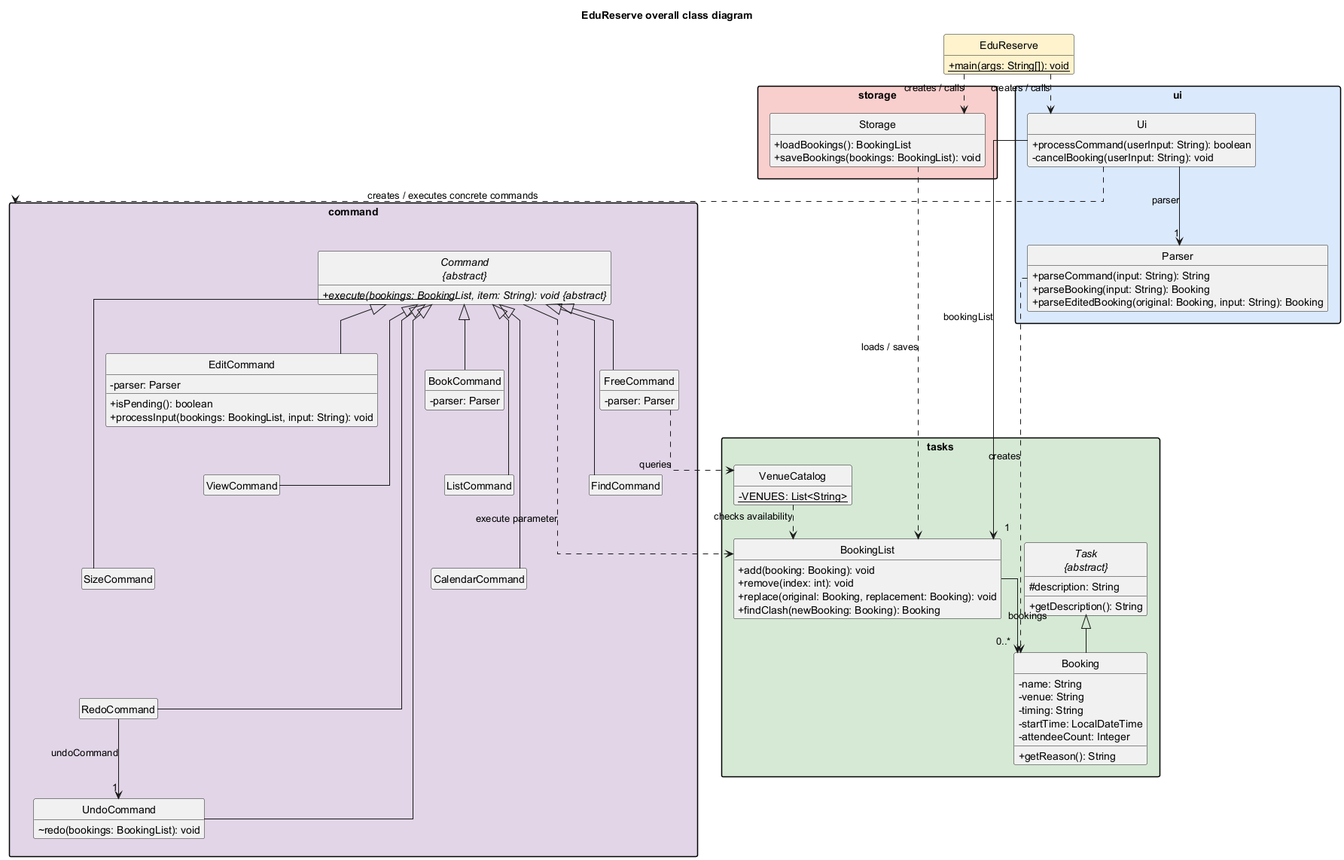
AY2627S1-CS2113-W14-2/tp keeps this PlantUML diagram as docs/UMLDiagrams/OverallClassDiagram.png. Above is the earlier version.
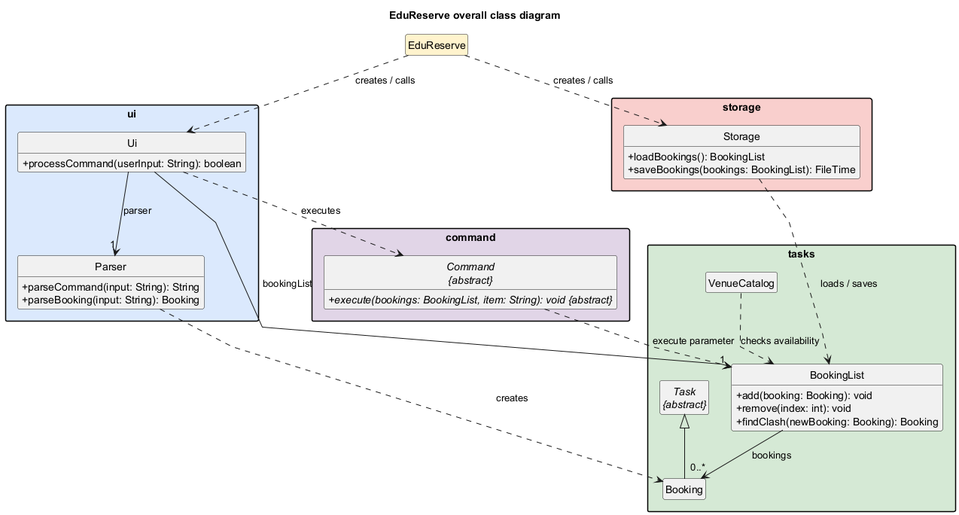
After the commit.

What changed in the source:
```diff
@@ -5,26 +5,22 @@
 skinparam shadowing false
 skinparam classAttributeIconSize 0
 skinparam packageStyle rectangle
-skinparam linetype ortho
+skinparam linetype polyline
 skinparam groupInheritance 2
 skinparam nodesep 30
 skinparam ranksep 45
 hide empty members
 hide circle
 
-class EduReserve #FFF2CC {
-  {static} +main(args: String[]): void
-}
+class EduReserve #FFF2CC
 
 package ui #DAE8FC {
   class Ui {
     +processCommand(userInput: String): boolean
-    -cancelBooking(userInput: String): void
   }
   class Parser {
     +parseCommand(input: String): String
     +parseBooking(input: String): Booking
-    +parseEditedBooking(original: Booking, input: String): Booking
   }
   Ui --> "1" Parser : parser
 }
@@ -32,7 +28,7 @@
 package storage #F8CECC {
   class Storage {
     +loadBookings(): BookingList
-    +saveBookings(bookings: BookingList): void
+    +saveBookings(bookings: BookingList): FileTime
   }
 }
 
@@ -40,24 +36,11 @@
   class BookingList {
     +add(booking: Booking): void
     +remove(index: int): void
-    +replace(original: Booking, replacement: Booking): void
     +findClash(newBooking: Booking): Booking
   }
-  abstract class "Task\n{abstract}" as Task {
-    #description: String
-    +getDescription(): String
-  }
-  class Booking {
-    -name: String
-    -venue: String
-    -timing: String
-    -startTime: LocalDateTime
-    -attendeeCount: Integer
-    +getReason(): String
-  }
-  class VenueCatalog {
-    {static} -VENUES: List<String>
-  }
+  abstract class "Task\n{abstract}" as Task
+  class Booking
+  class VenueCatalog
   BookingList --> "0..*" Booking : bookings
   Task <|-- Booking
   VenueCatalog ..> BookingList : checks availability
@@ -67,54 +50,16 @@
   abstract class "Command\n{abstract}" as Command {
     {abstract} +execute(bookings: BookingList, item: String): void <U+007B>abstract<U+007D>
   }
-  class BookCommand {
-    -parser: Parser
-  }
-  class EditCommand {
-    -parser: Parser
-    +isPending(): boolean
-    +processInput(bookings: BookingList, input: String): void
-  }
-  class FreeCommand {
-    -parser: Parser
-  }
-  class ListCommand
-  class ViewCommand
-  class FindCommand
-  class CalendarCommand
-  class SizeCommand
-  class UndoCommand {
-    ~redo(bookings: BookingList): void
-  }
-  class RedoCommand
-
-  Command <|-- BookCommand
-  Command <|-- EditCommand
-  Command <|-- FreeCommand
-  Command <|-- ListCommand
-  Command <|-- ViewCommand
-  Command <|-- FindCommand
-  Command <|-- CalendarCommand
-  Command <|-- SizeCommand
-  Command <|-- UndoCommand
-  Command <|-- RedoCommand
-  BookCommand -[hidden]down-> ListCommand
-  ListCommand -[hidden]down-> CalendarCommand
-  CalendarCommand -[hidden]down-> UndoCommand
-  EditCommand -[hidden]down-> ViewCommand
-  ViewCommand -[hidden]down-> SizeCommand
-  SizeCommand -[hidden]down-> RedoCommand
-  FreeCommand -[hidden]down-> FindCommand
-  RedoCommand --> "1" UndoCommand : undoCommand
 }
 
-EduReserve ..> Ui : creates / calls
-EduReserve ..> Storage : creates / calls
+EduReserve ..down> Ui : creates / calls
+EduReserve ..down> Storage : creates / calls
 Ui --> "1" BookingList : bookingList
-Ui ..> command : creates / executes concrete commands
+Ui ..down> Command : executes
 Storage ..> BookingList : loads / saves
 Parser ..> Booking : creates
-Command ..> BookingList : execute parameter
-FreeCommand ..> VenueCatalog : queries
+Command ..down> BookingList : execute parameter
 
+Storage -[hidden]down-> VenueCatalog
+Command -[hidden]down-> Task
 @enduml
```
